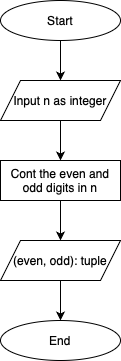
Earlier version of the draw.io export data/diagrams/p155/fc/l1.drawio.png (carlodenardin/multimodal-human-eval). Source tidied: cells renumbered, new cells last; positions are measured from the earlier drawing's top-left corner, leaving out a move shared by most shapes.
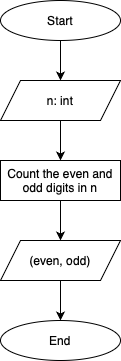
After the commit.

Diff of the diagram source:
```diff
@@ -8,7 +8,7 @@
     <mxCell id="3" style="endArrow=classic;html=1;rounded=0;exitX=0.5;exitY=1;exitDx=0;exitDy=0;entryX=0.5;entryY=0;entryDx=0;entryDy=0;" parent="1" edge="1" source="2" target="4">
       <mxGeometry relative="1" as="geometry" />
     </mxCell>
-    <mxCell id="4" value="&lt;div&gt;Input n as integer&lt;/div&gt;" style="shape=parallelogram;perimeter=parallelogramPerimeter;whiteSpace=wrap;html=1;fixedSize=1;" parent="1" vertex="1">
+    <mxCell id="4" value="&lt;div&gt;n: int&lt;/div&gt;" style="shape=parallelogram;perimeter=parallelogramPerimeter;whiteSpace=wrap;html=1;fixedSize=1;" parent="1" vertex="1">
       <mxGeometry y="80" width="120" height="40" as="geometry" />
     </mxCell>
     <mxCell id="5" style="endArrow=classic;html=1;rounded=0;exitX=0.5;exitY=1;exitDx=0;exitDy=0;entryX=0.5;entryY=0;entryDx=0;entryDy=0;" parent="1" edge="1" source="4">
@@ -19,10 +19,10 @@
     <mxCell id="6" value="End" style="ellipse;whiteSpace=wrap;html=1;" parent="1" vertex="1">
       <mxGeometry y="320" width="120" height="40" as="geometry" />
     </mxCell>
-    <mxCell id="7" value="Cont the even and odd digits in n" style="rounded=0;whiteSpace=wrap;html=1;" parent="1" vertex="1">
+    <mxCell id="7" value="Count the even and odd digits in n" style="rounded=0;whiteSpace=wrap;html=1;" parent="1" vertex="1">
       <mxGeometry y="160" width="120" height="40" as="geometry" />
     </mxCell>
-    <mxCell id="8" value="(even, odd): tuple" style="shape=parallelogram;perimeter=parallelogramPerimeter;whiteSpace=wrap;html=1;fixedSize=1;" parent="1" vertex="1">
+    <mxCell id="8" value="(even, odd)" style="shape=parallelogram;perimeter=parallelogramPerimeter;whiteSpace=wrap;html=1;fixedSize=1;" parent="1" vertex="1">
       <mxGeometry y="240" width="120" height="40" as="geometry" />
     </mxCell>
     <mxCell id="9" style="endArrow=classic;html=1;rounded=0;entryX=0.5;entryY=0;entryDx=0;entryDy=0;exitX=0.5;exitY=1;exitDx=0;exitDy=0;" parent="1" edge="1" source="8" target="6">
```
